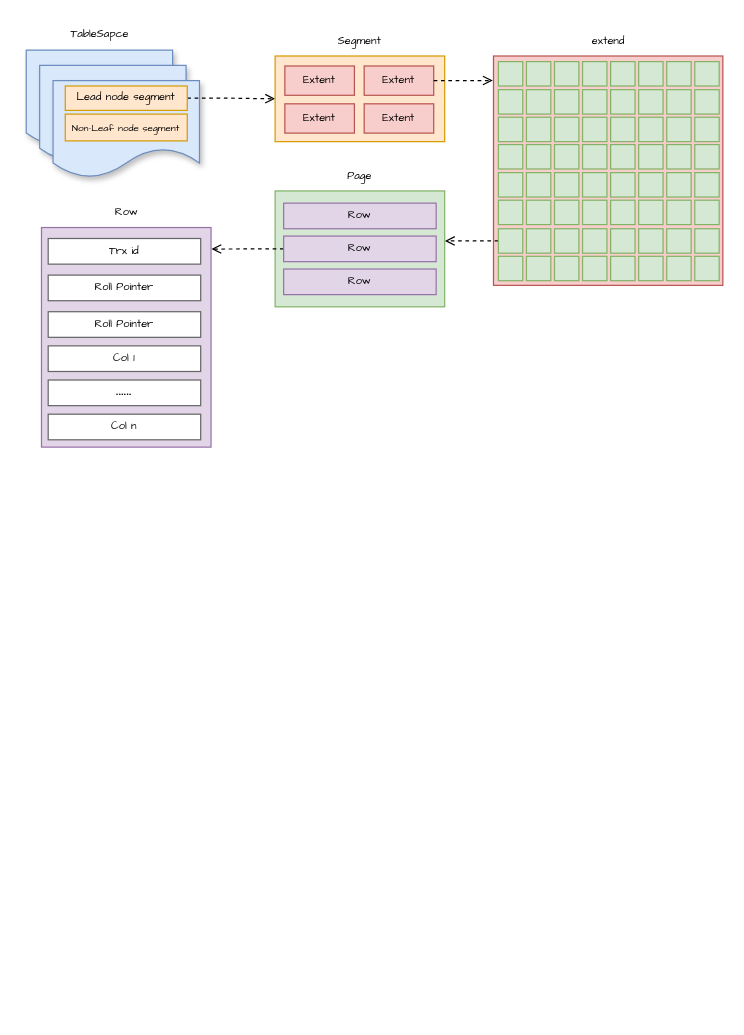
The draw.io diagram 流程图/未命名绘图.drawio in AlpacaMe/Draft, before the edit. Source tidied: cells renumbered, new cells numbered last; positions are measured from the earlier drawing's top-left corner, leaving out a move shared by most shapes. Both pictures are drawn from the tidied source at 122%, with x=0, y=0 at pixel (26, 21).
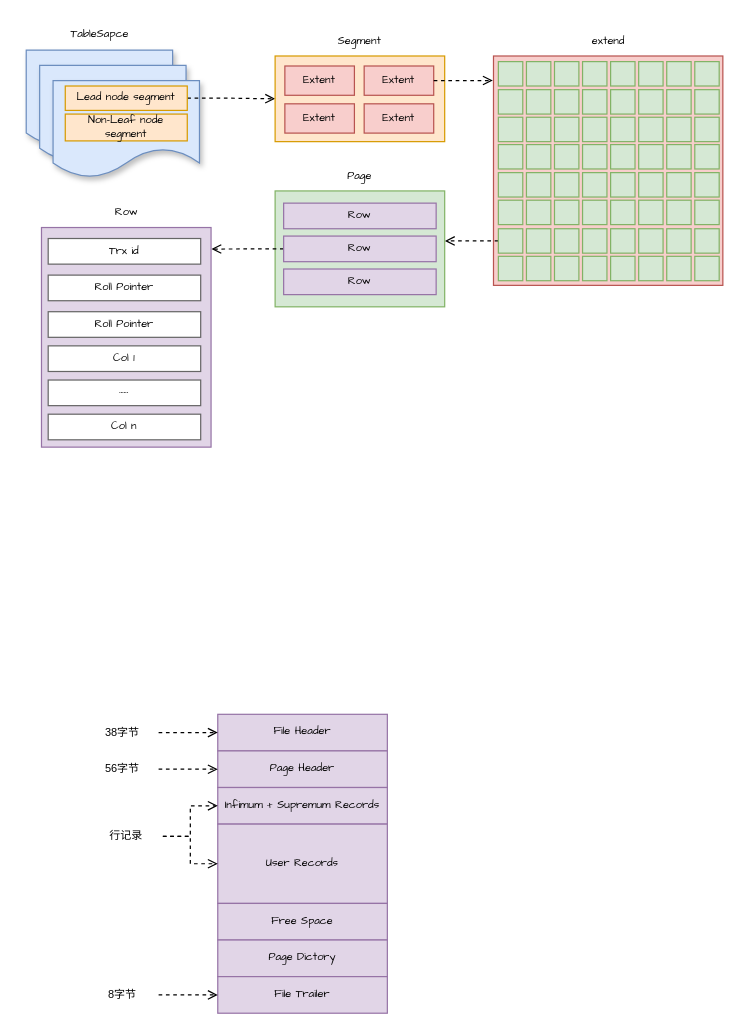
The same page after the edit.

Commit message:
更新未命名绘图.drawio

Unchanged cells that the change refers to:
```xml
<mxCell id="7" value="Lead node segment" style="rounded=0;whiteSpace=wrap;html=1;fontSize=9;shadow=0;strokeColor=#d79b00;fillColor=#ffe6cc;fontFamily=Comic Sans MS;" parent="1" vertex="1">
  <mxGeometry x="32" y="53" width="100" height="20" as="geometry" />
</mxCell>
<mxCell id="8" style="rounded=0;whiteSpace=wrap;html=1;fontSize=9;shadow=0;strokeColor=#d79b00;fillColor=#ffe6cc;fontFamily=Comic Sans MS;" parent="1" vertex="1">
  <mxGeometry x="204" y="28.4" width="139" height="70.2" as="geometry" />
</mxCell>
<mxCell id="10" value="Extent" style="rounded=0;whiteSpace=wrap;html=1;fontSize=9;shadow=0;strokeColor=#b85450;fillColor=#f8cecc;fontFamily=Comic Sans MS;" parent="1" vertex="1">
  <mxGeometry x="277" y="36.6" width="57" height="24" as="geometry" />
</mxCell>
<mxCell id="14" style="rounded=0;whiteSpace=wrap;html=1;fontSize=9;shadow=0;strokeColor=#b85450;fillColor=#f8cecc;fontFamily=Comic Sans MS;" parent="1" vertex="1">
  <mxGeometry x="383" y="28.4" width="188" height="188" as="geometry" />
</mxCell>
<mxCell id="64" style="rounded=0;whiteSpace=wrap;html=1;fontSize=9;shadow=0;strokeColor=#82b366;fillColor=#d5e8d4;fontFamily=Comic Sans MS;" parent="1" vertex="1">
  <mxGeometry x="387" y="170" width="20" height="20" as="geometry" />
</mxCell>
<mxCell id="82" style="rounded=0;whiteSpace=wrap;html=1;fontSize=9;shadow=0;strokeColor=#82b366;fillColor=#d5e8d4;fontFamily=Comic Sans MS;" parent="1" vertex="1">
  <mxGeometry x="204" y="139" width="139" height="95" as="geometry" />
</mxCell>
<mxCell id="85" value="Row" style="rounded=0;whiteSpace=wrap;html=1;fontSize=9;shadow=0;strokeColor=#9673a6;fillColor=#e1d5e7;fontFamily=Comic Sans MS;" parent="1" vertex="1">
  <mxGeometry x="211" y="176" width="125" height="21" as="geometry" />
</mxCell>
<mxCell id="88" style="rounded=0;whiteSpace=wrap;html=1;fontSize=9;shadow=0;strokeColor=#9673a6;fillColor=#e1d5e7;fontFamily=Comic Sans MS;" parent="1" vertex="1">
  <mxGeometry x="12.5" y="169" width="139" height="180" as="geometry" />
</mxCell>
```

Change to the diagram source:
```diff
@@
-    <mxCell id="6" style="edgeStyle=orthogonalEdgeStyle;rounded=0;jettySize=auto;html=1;exitX=1;exitY=0.5;exitDx=0;exitDy=0;entryX=0;entryY=0.5;entryDx=0;entryDy=0;dashed=1;endArrow=open;endFill=0;fontFamily=Comic Sans MS;" parent="1" edge="1" source="7" target="8">
+    <mxCell id="6" style="edgeStyle=orthogonalEdgeStyle;rounded=0;jettySize=auto;html=1;exitX=1;exitY=0.5;exitDx=0;exitDy=0;entryX=0;entryY=0.5;entryDx=0;entryDy=0;dashed=1;endArrow=open;endFill=0;fontFamily=Comic Sans MS;fontSize=9;" parent="1" edge="1" source="7" target="8">
       <mxGeometry relative="1" as="geometry" />
     </mxCell>
@@
-    <mxCell id="63" style="edgeStyle=orthogonalEdgeStyle;rounded=0;jettySize=auto;html=1;exitX=0;exitY=0.5;exitDx=0;exitDy=0;entryX=1.001;entryY=0.431;entryDx=0;entryDy=0;entryPerimeter=0;dashed=1;endArrow=open;endFill=0;fontFamily=Comic Sans MS;" parent="1" edge="1" source="64" target="82">
+    <mxCell id="63" style="edgeStyle=orthogonalEdgeStyle;rounded=0;jettySize=auto;html=1;exitX=0;exitY=0.5;exitDx=0;exitDy=0;entryX=1.001;entryY=0.431;entryDx=0;entryDy=0;entryPerimeter=0;dashed=1;endArrow=open;endFill=0;fontFamily=Comic Sans MS;fontSize=9;" parent="1" edge="1" source="64" target="82">
       <mxGeometry relative="1" as="geometry" />
     </mxCell>
@@
-    <mxCell id="80" style="rounded=0;jettySize=auto;html=1;exitX=1;exitY=0.5;exitDx=0;exitDy=0;entryX=-0.003;entryY=0.107;entryDx=0;entryDy=0;entryPerimeter=0;dashed=1;endArrow=open;endFill=0;fontFamily=Comic Sans MS;" parent="1" edge="1" source="10" target="14">
+    <mxCell id="80" style="rounded=0;jettySize=auto;html=1;exitX=1;exitY=0.5;exitDx=0;exitDy=0;entryX=-0.003;entryY=0.107;entryDx=0;entryDy=0;entryPerimeter=0;dashed=1;endArrow=open;endFill=0;fontFamily=Comic Sans MS;fontSize=9;" parent="1" edge="1" source="10" target="14">
       <mxGeometry relative="1" as="geometry" />
     </mxCell>
@@
-    <mxCell id="84" style="rounded=0;jettySize=auto;html=1;exitX=0;exitY=0.5;exitDx=0;exitDy=0;entryX=1.002;entryY=0.098;entryDx=0;entryDy=0;entryPerimeter=0;dashed=1;endArrow=open;endFill=0;fontFamily=Comic Sans MS;" parent="1" edge="1" source="85" target="88">
+    <mxCell id="84" style="rounded=0;jettySize=auto;html=1;exitX=0;exitY=0.5;exitDx=0;exitDy=0;entryX=1.002;entryY=0.098;entryDx=0;entryDy=0;entryPerimeter=0;dashed=1;endArrow=open;endFill=0;fontFamily=Comic Sans MS;fontSize=9;" parent="1" edge="1" source="85" target="88">
       <mxGeometry relative="1" as="geometry" />
     </mxCell>
@@
-    <mxCell id="93" value="······" style="rounded=0;whiteSpace=wrap;html=1;fontSize=15;shadow=0;strokeColor=#666666;fontFamily=Comic Sans MS;" parent="1" vertex="1">
+    <mxCell id="93" value="······" style="rounded=0;whiteSpace=wrap;html=1;fontSize=9;shadow=0;strokeColor=#666666;fontFamily=Comic Sans MS;" parent="1" vertex="1">
       <mxGeometry x="18" y="294" width="125" height="21" as="geometry" />
     </mxCell>
@@
-    <mxCell id="96" value="Non-Leaf node segment" style="rounded=0;whiteSpace=wrap;html=1;fontSize=8;shadow=0;strokeColor=#d79b00;fillColor=#ffe6cc;fontFamily=Comic Sans MS;fontStyle=0;" parent="1" vertex="1">
+    <mxCell id="96" value="Non-Leaf node segment" style="rounded=0;whiteSpace=wrap;html=1;fontSize=9;shadow=0;strokeColor=#d79b00;fillColor=#ffe6cc;fontFamily=Comic Sans MS;fontStyle=0;" parent="1" vertex="1">
       <mxGeometry x="32" y="76" width="100" height="22" as="geometry" />
     </mxCell>
+    <mxCell id="97" value="File Header" style="rounded=0;whiteSpace=wrap;html=1;fontSize=9;shadow=0;strokeColor=#9673a6;fillColor=#e1d5e7;fontFamily=Comic Sans MS;" parent="1" vertex="1">
+      <mxGeometry x="157" y="568" width="139" height="30" as="geometry" />
+    </mxCell>
+    <mxCell id="98" value="Page Header" style="rounded=0;whiteSpace=wrap;html=1;fontSize=9;shadow=0;strokeColor=#9673a6;fillColor=#e1d5e7;fontFamily=Comic Sans MS;" parent="1" vertex="1">
+      <mxGeometry x="157" y="598" width="139" height="30" as="geometry" />
+    </mxCell>
+    <mxCell id="99" value="Infimum + Supremum Records" style="rounded=0;whiteSpace=wrap;html=1;fontSize=9;shadow=0;strokeColor=#9673a6;fillColor=#e1d5e7;fontFamily=Comic Sans MS;" parent="1" vertex="1">
+      <mxGeometry x="157" y="628" width="139" height="30" as="geometry" />
+    </mxCell>
+    <mxCell id="100" value="User Records" style="rounded=0;whiteSpace=wrap;html=1;fontSize=9;shadow=0;strokeColor=#9673a6;fillColor=#e1d5e7;fontFamily=Comic Sans MS;" parent="1" vertex="1">
+      <mxGeometry x="157" y="658" width="139" height="65" as="geometry" />
+    </mxCell>
+    <mxCell id="101" value="Free Space" style="rounded=0;whiteSpace=wrap;html=1;fontSize=9;shadow=0;strokeColor=#9673a6;fillColor=#e1d5e7;fontFamily=Comic Sans MS;" parent="1" vertex="1">
+      <mxGeometry x="157" y="723" width="139" height="30" as="geometry" />
+    </mxCell>
+    <mxCell id="102" value="Page Dictory" style="rounded=0;whiteSpace=wrap;html=1;fontSize=9;shadow=0;strokeColor=#9673a6;fillColor=#e1d5e7;fontFamily=Comic Sans MS;" parent="1" vertex="1">
+      <mxGeometry x="157" y="753" width="139" height="30" as="geometry" />
+    </mxCell>
+    <mxCell id="103" value="File Trailer" style="rounded=0;whiteSpace=wrap;html=1;fontSize=9;shadow=0;strokeColor=#9673a6;fillColor=#e1d5e7;fontFamily=Comic Sans MS;" parent="1" vertex="1">
+      <mxGeometry x="157" y="783" width="139" height="30" as="geometry" />
+    </mxCell>
+    <mxCell id="104" style="edgeStyle=orthogonalEdgeStyle;rounded=0;jettySize=auto;html=1;exitX=1;exitY=0.5;exitDx=0;exitDy=0;dashed=1;endArrow=open;endFill=0;" parent="1" edge="1" source="105" target="97">
+      <mxGeometry relative="1" as="geometry" />
+    </mxCell>
+    <mxCell id="105" value="38字节" style="text;html=1;align=center;verticalAlign=middle;whiteSpace=wrap;rounded=0;fontSize=9;" parent="1" vertex="1">
+      <mxGeometry x="48.5" y="573" width="60" height="20" as="geometry" />
+    </mxCell>
+    <mxCell id="106" style="edgeStyle=orthogonalEdgeStyle;rounded=0;jettySize=auto;html=1;exitX=1;exitY=0.5;exitDx=0;exitDy=0;dashed=1;endArrow=open;endFill=0;" parent="1" edge="1" source="107">
+      <mxGeometry relative="1" as="geometry">
+        <mxPoint x="157" y="613" as="targetPoint" />
+      </mxGeometry>
+    </mxCell>
+    <mxCell id="107" value="56字节" style="text;html=1;align=center;verticalAlign=middle;whiteSpace=wrap;rounded=0;fontSize=9;" parent="1" vertex="1">
+      <mxGeometry x="48.5" y="603" width="60" height="20" as="geometry" />
+    </mxCell>
+    <mxCell id="108" style="edgeStyle=orthogonalEdgeStyle;rounded=0;jettySize=auto;html=1;exitX=1;exitY=0.5;exitDx=0;exitDy=0;entryX=0;entryY=0.5;entryDx=0;entryDy=0;dashed=1;endArrow=open;endFill=0;" parent="1" edge="1" source="110" target="99">
+      <mxGeometry relative="1" as="geometry" />
+    </mxCell>
+    <mxCell id="109" style="edgeStyle=orthogonalEdgeStyle;rounded=0;jettySize=auto;html=1;exitX=1;exitY=0.5;exitDx=0;exitDy=0;dashed=1;endArrow=open;endFill=0;" parent="1" edge="1" source="110" target="100">
+      <mxGeometry relative="1" as="geometry" />
+    </mxCell>
+    <mxCell id="110" value="行记录" style="text;html=1;align=center;verticalAlign=middle;whiteSpace=wrap;rounded=0;fontSize=9;" parent="1" vertex="1">
+      <mxGeometry x="52" y="658" width="60" height="20" as="geometry" />
+    </mxCell>
+    <mxCell id="111" style="edgeStyle=orthogonalEdgeStyle;rounded=0;jettySize=auto;html=1;exitX=1;exitY=0.5;exitDx=0;exitDy=0;dashed=1;endArrow=open;endFill=0;" parent="1" edge="1" source="112">
+      <mxGeometry relative="1" as="geometry">
+        <mxPoint x="157" y="798" as="targetPoint" />
+      </mxGeometry>
+    </mxCell>
+    <mxCell id="112" value="8字节" style="text;html=1;align=center;verticalAlign=middle;whiteSpace=wrap;rounded=0;fontSize=9;" parent="1" vertex="1">
+      <mxGeometry x="48.5" y="788" width="60" height="20" as="geometry" />
+    </mxCell>
```
